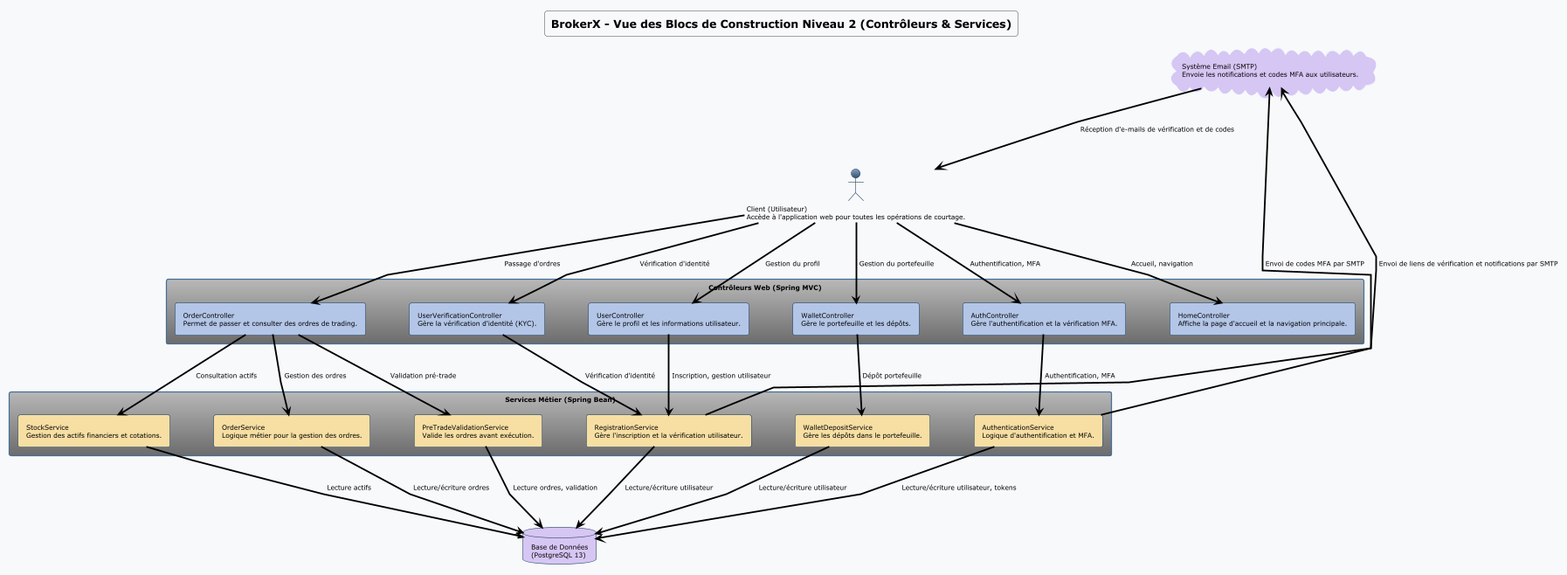
Hugo-12341234/BrokerX_MicroServices keeps this PlantUML diagram as docs/architecture/arc42/BB_2.png. Above is the earlier version.
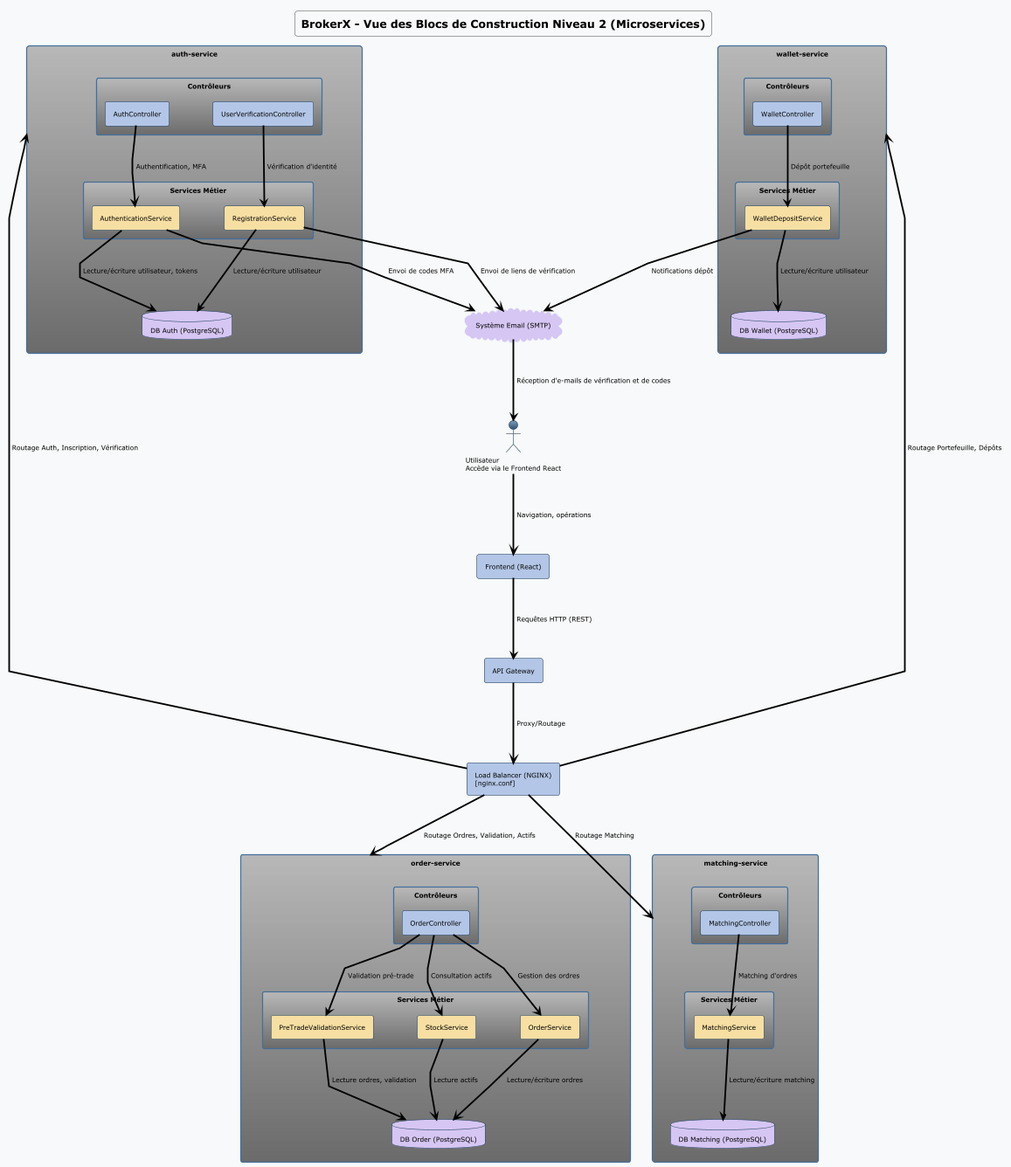
The same diagram one commit later.

The edit, as a diff of the source:
```diff
@@ -1,4 +1,4 @@
-@startuml "BrokerX - Vue Briques Niveau 2"
+@startuml "BrokerX - Vue Briques Niveau 2 (Microservices)"
 !theme spacelab
 skinparam backgroundColor #F8F9FA
 skinparam componentStyle rectangle
@@ -8,57 +8,90 @@
 skinparam ranksep 120
 skinparam nodesep 80
 
-title "BrokerX - Vue des Blocs de Construction Niveau 2 (Contrôleurs & Services)"
+title "BrokerX - Vue des Blocs de Construction Niveau 2 (Microservices)"
 
 top to bottom direction
 
-actor "Client (Utilisateur)\nAccède à l'application web pour toutes les opérations de courtage." as User
+actor "Utilisateur\nAccède via le Frontend React" as User
+component "Frontend (React)" as Frontend #B3C6E7
+component "API Gateway" as APIGW #B3C6E7
+component "Load Balancer (NGINX)\n[nginx.conf]" as LB #B3C6E7
 
-rectangle "Contrôleurs Web (Spring MVC)" as Controllers {
-  component "AuthController\nGère l'authentification et la vérification MFA." as AuthC #B3C6E7
-  component "HomeController\nAffiche la page d'accueil et la navigation principale." as HomeC #B3C6E7
-  component "OrderController\nPermet de passer et consulter des ordres de trading." as OrderC #B3C6E7
-  component "UserController\nGère le profil et les informations utilisateur." as UserC #B3C6E7
-  component "UserVerificationController\nGère la vérification d'identité (KYC)." as UserVerifC #B3C6E7
-  component "WalletController\nGère le portefeuille et les dépôts." as WalletC #B3C6E7
+rectangle "auth-service" as AuthService {
+  rectangle "Contrôleurs" as AuthControllers {
+    component "AuthController" as AuthC #B3C6E7
+    component "UserVerificationController" as UserVerifC #B3C6E7
+  }
+  rectangle "Services Métier" as AuthServices {
+    component "AuthenticationService" as AuthS #F7DFA3
+    component "RegistrationService" as RegS #F7DFA3
+  }
+  database "DB Auth (PostgreSQL)" as DBAuth #D6C6F3
 }
 
-rectangle "Services Métier (Spring Bean)" as Services {
-  component "AuthenticationService\nLogique d'authentification et MFA." as AuthS #F7DFA3
-  component "OrderService\nLogique métier pour la gestion des ordres." as OrderS #F7DFA3
-  component "PreTradeValidationService\nValide les ordres avant exécution." as PreTradeS #F7DFA3
-  component "RegistrationService\nGère l'inscription et la vérification utilisateur." as RegS #F7DFA3
-  component "StockService\nGestion des actifs financiers et cotations." as StockS #F7DFA3
-  component "WalletDepositService\nGère les dépôts dans le portefeuille." as WalletS #F7DFA3
+rectangle "order-service" as OrderService {
+  rectangle "Contrôleurs" as OrderControllers {
+    component "OrderController" as OrderC #B3C6E7
+  }
+  rectangle "Services Métier" as OrderServices {
+    component "OrderService" as OrderS #F7DFA3
+    component "PreTradeValidationService" as PreTradeS #F7DFA3
+    component "StockService" as StockS #F7DFA3
+  }
+  database "DB Order (PostgreSQL)" as DBOrder #D6C6F3
 }
 
-database "Base de Données\n(PostgreSQL 13)" as DB #D6C6F3
-cloud "Système Email (SMTP)\nEnvoie les notifications et codes MFA aux utilisateurs." as EmailCloud #D6C6F3
+rectangle "wallet-service" as WalletService {
+  rectangle "Contrôleurs" as WalletControllers {
+    component "WalletController" as WalletC #B3C6E7
+  }
+  rectangle "Services Métier" as WalletServices {
+    component "WalletDepositService" as WalletS #F7DFA3
+  }
+  database "DB Wallet (PostgreSQL)" as DBWallet #D6C6F3
+}
 
-User --> AuthC : "Authentification, MFA"
-User --> HomeC : "Accueil, navigation"
-User --> OrderC : "Passage d'ordres"
-User --> UserC : "Gestion du profil"
-User --> UserVerifC : "Vérification d'identité"
-User --> WalletC : "Gestion du portefeuille"
+rectangle "matching-service" as MatchingService {
+  rectangle "Contrôleurs" as MatchingControllers {
+    component "MatchingController" as MatchingC #B3C6E7
+  }
+  rectangle "Services Métier" as MatchingServices {
+    component "MatchingService" as MatchingS #F7DFA3
+  }
+  database "DB Matching (PostgreSQL)" as DBMatching #D6C6F3
+}
+
+cloud "Système Email (SMTP)" as EmailCloud #D6C6F3
+
+User --> Frontend : "Navigation, opérations"
+Frontend --> APIGW : "Requêtes HTTP (REST)"
+APIGW --> LB : "Proxy/Routage"
+LB --> AuthService : "Routage Auth, Inscription, Vérification"
+LB --> OrderService : "Routage Ordres, Validation, Actifs"
+LB --> WalletService : "Routage Portefeuille, Dépôts"
+LB --> MatchingService : "Routage Matching"
 
 AuthC --> AuthS : "Authentification, MFA"
+UserVerifC --> RegS : "Vérification d'identité"
+AuthS --> DBAuth : "Lecture/écriture utilisateur, tokens"
+RegS --> DBAuth : "Lecture/écriture utilisateur"
+RegS --> EmailCloud : "Envoi de liens de vérification"
+AuthS --> EmailCloud : "Envoi de codes MFA"
+
 OrderC --> OrderS : "Gestion des ordres"
 OrderC --> PreTradeS : "Validation pré-trade"
-UserC --> RegS : "Inscription, gestion utilisateur"
-UserVerifC --> RegS : "Vérification d'identité"
+OrderC --> StockS : "Consultation actifs"
+OrderS --> DBOrder : "Lecture/écriture ordres"
+PreTradeS --> DBOrder : "Lecture ordres, validation"
+StockS --> DBOrder : "Lecture actifs"
+
 WalletC --> WalletS : "Dépôt portefeuille"
-OrderC --> StockS : "Consultation actifs"
+WalletS --> DBWallet : "Lecture/écriture utilisateur"
+WalletS --> EmailCloud : "Notifications dépôt"
 
-AuthS --> DB : "Lecture/écriture utilisateur, tokens"
-OrderS --> DB : "Lecture/écriture ordres"
-PreTradeS --> DB : "Lecture ordres, validation"
-RegS --> DB : "Lecture/écriture utilisateur"
-StockS --> DB : "Lecture actifs"
-WalletS --> DB : "Lecture/écriture utilisateur"
+MatchingC --> MatchingS : "Matching d'ordres"
+MatchingS --> DBMatching : "Lecture/écriture matching"
 
-RegS --> EmailCloud : "Envoi de liens de vérification et notifications par SMTP"
-AuthS --> EmailCloud : "Envoi de codes MFA par SMTP"
 EmailCloud --> User : "Réception d'e-mails de vérification et de codes"
 
 @enduml
```
